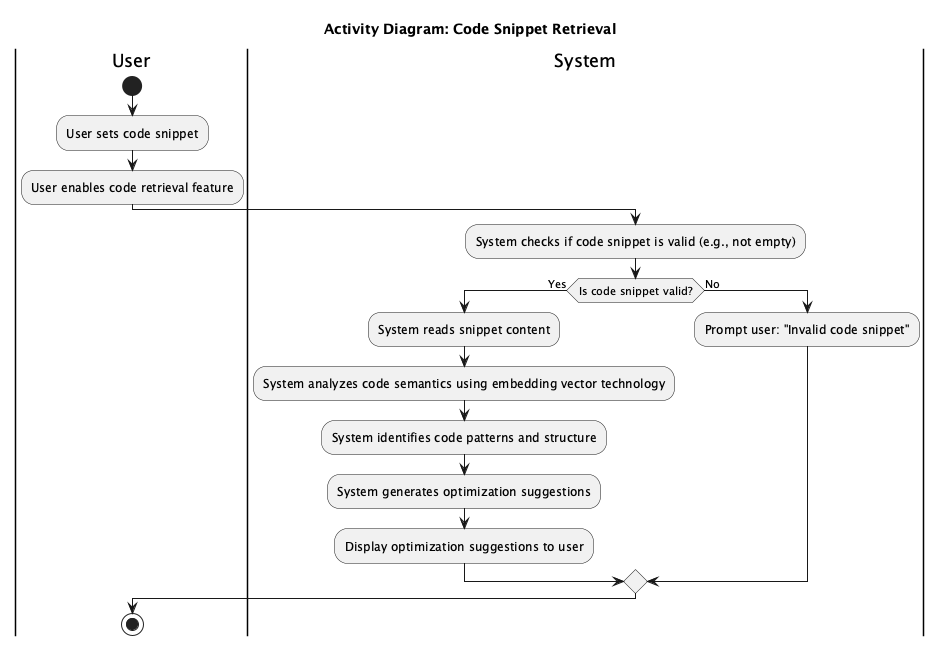
The PlantUML diagram latex/UML/Activity/Code-Snippet-Retrieval.png in stepbystepcode/CodeWay, before a commit.
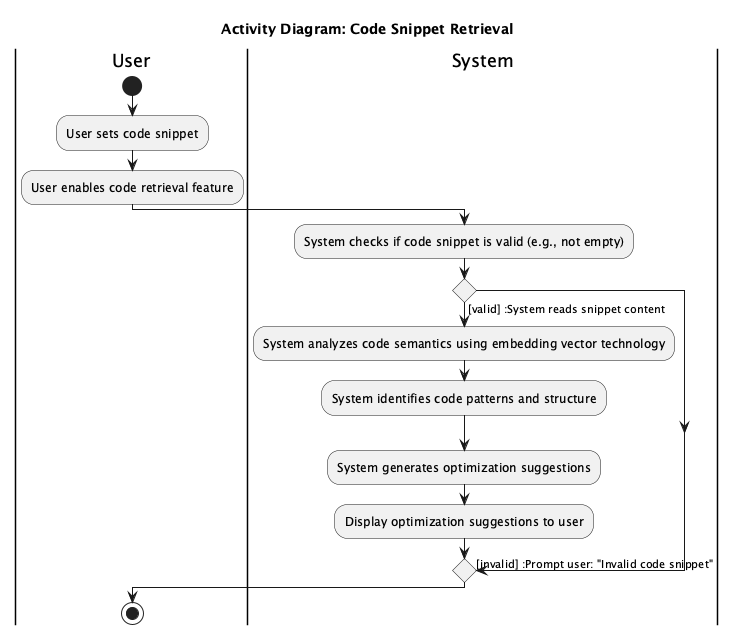
After the change.

The edit, as a diff of the source:
```diff
@@ -8,14 +8,14 @@
 
 |System|
 :System checks if code snippet is valid (e.g., not empty);
-if (Is code snippet valid?) then (Yes)
-  :System reads snippet content;
+if () then
+  ->[valid] :System reads snippet content;
   :System analyzes code semantics using embedding vector technology;
   :System identifies code patterns and structure;
   :System generates optimization suggestions;
   :Display optimization suggestions to user;
-else (No)
-  :Prompt user: "Invalid code snippet";
+else
+  ->[invalid] :Prompt user: "Invalid code snippet";
 endif
 
 |User|
```
